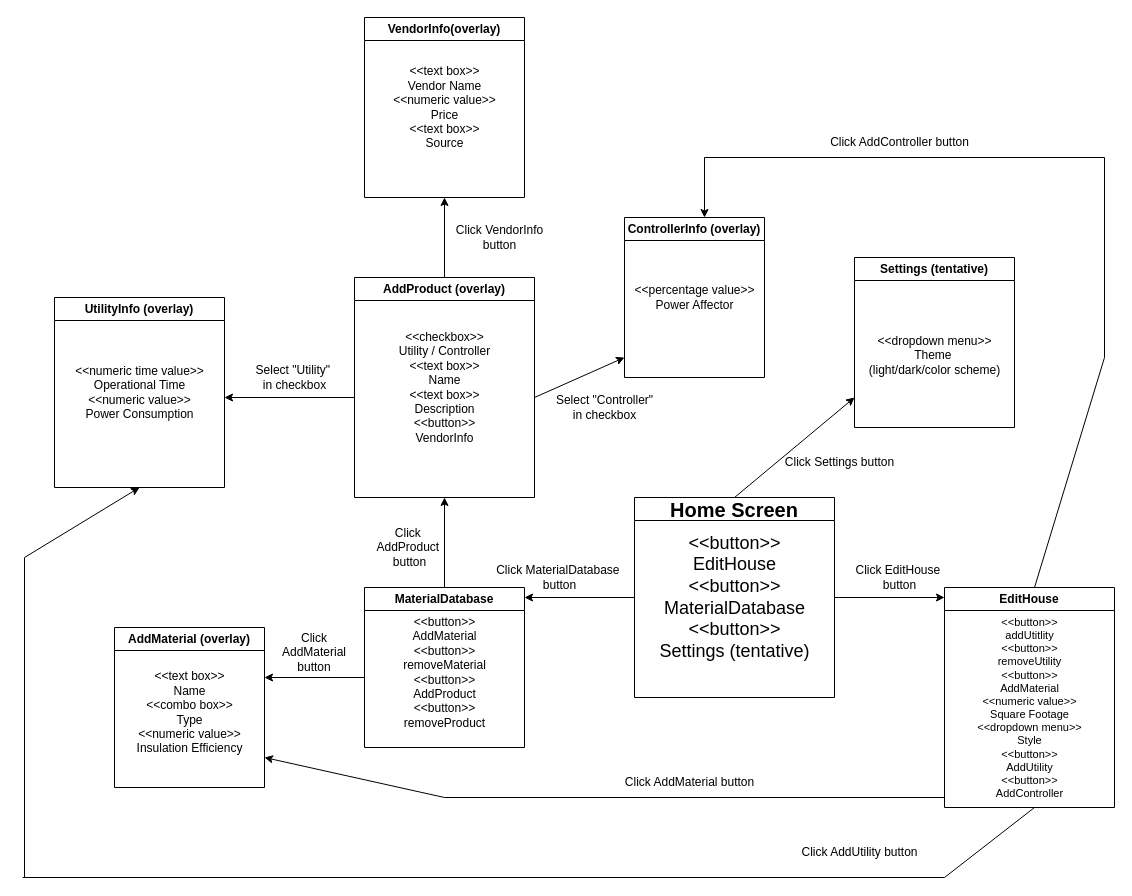
Above: Design/Navigational Diagram.drawio in connerng/SPU_CSC3220_S24_T3 (draw.io), before the change. Source tidied: cells renumbered, new cells numbered last; positions are measured from the earlier drawing's top-left corner, leaving out a move shared by most shapes. Both pictures are drawn from the tidied source at 100%, with x=0, y=0 at pixel (22, 17).
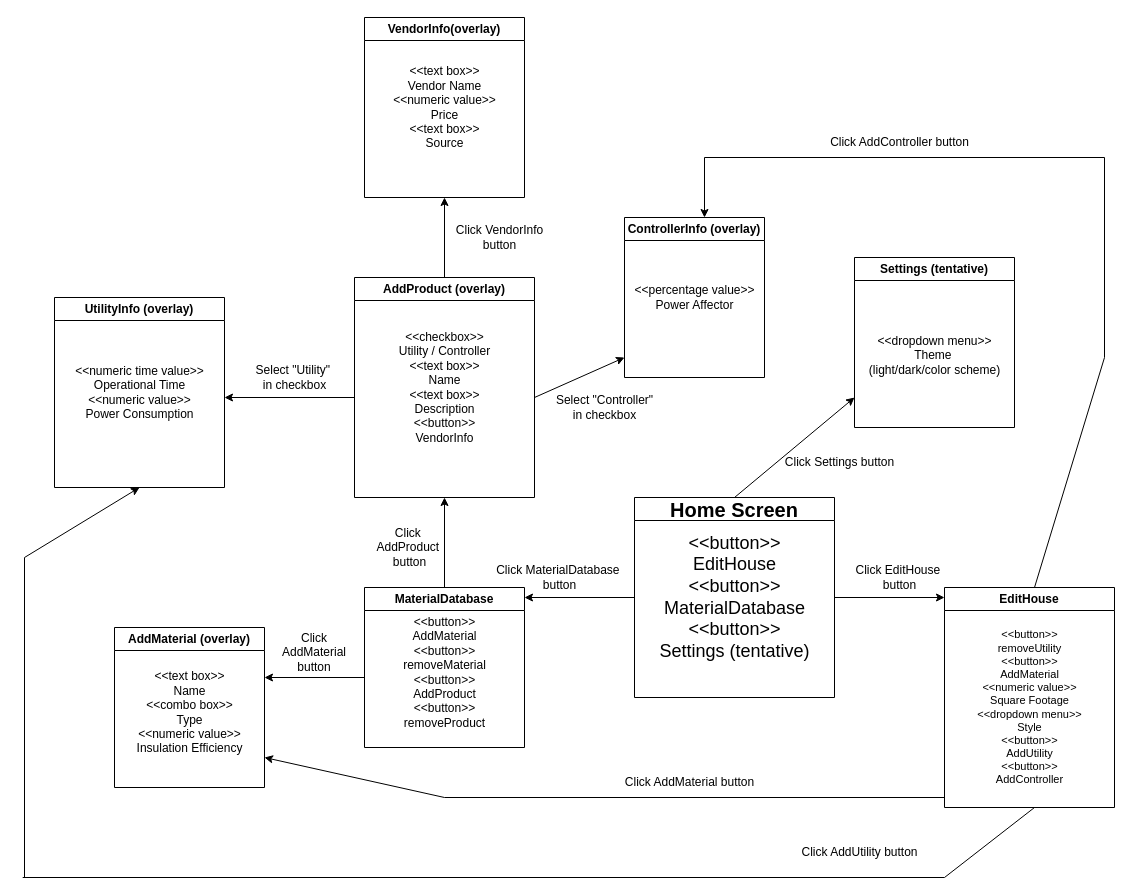
The same diagram, later.

The change refers to these unchanged cells:
```xml
<mxCell id="6" value="EditHouse" style="swimlane;whiteSpace=wrap;html=1;" parent="1" vertex="1">
  <mxGeometry x="922" y="570" width="170" height="220" as="geometry" />
</mxCell>
```

What changed in the source:
```diff
@@
-    <mxCell id="7" value="&lt;font style=&quot;font-size: 11px;&quot;&gt;&amp;lt;&amp;lt;button&amp;gt;&amp;gt;&lt;/font&gt;&lt;div style=&quot;font-size: 11px;&quot;&gt;&lt;font style=&quot;font-size: 11px;&quot;&gt;addUtitlity&lt;/font&gt;&lt;/div&gt;&lt;div style=&quot;font-size: 11px;&quot;&gt;&lt;font style=&quot;font-size: 11px;&quot;&gt;&amp;lt;&amp;lt;button&amp;gt;&amp;gt;&lt;/font&gt;&lt;/div&gt;&lt;div style=&quot;font-size: 11px;&quot;&gt;&lt;font style=&quot;font-size: 11px;&quot;&gt;removeUtility&lt;/font&gt;&lt;/div&gt;&lt;div style=&quot;font-size: 11px;&quot;&gt;&lt;font style=&quot;font-size: 11px;&quot;&gt;&amp;lt;&amp;lt;button&amp;gt;&amp;gt;&lt;br&gt;AddMaterial&lt;/font&gt;&lt;/div&gt;&lt;div style=&quot;font-size: 11px;&quot;&gt;&lt;font style=&quot;font-size: 11px;&quot;&gt;&amp;lt;&amp;lt;numeric value&amp;gt;&amp;gt;&lt;br&gt;Square Footage&lt;/font&gt;&lt;/div&gt;&lt;div style=&quot;font-size: 11px;&quot;&gt;&lt;font style=&quot;font-size: 11px;&quot;&gt;&amp;lt;&amp;lt;dropdown menu&amp;gt;&amp;gt;&lt;/font&gt;&lt;/div&gt;&lt;div style=&quot;font-size: 11px;&quot;&gt;&lt;font style=&quot;font-size: 11px;&quot;&gt;Style&lt;/font&gt;&lt;/div&gt;&lt;div style=&quot;font-size: 11px;&quot;&gt;&lt;font style=&quot;font-size: 11px;&quot;&gt;&amp;lt;&amp;lt;button&amp;gt;&amp;gt;&lt;/font&gt;&lt;/div&gt;&lt;div style=&quot;font-size: 11px;&quot;&gt;&lt;font style=&quot;font-size: 11px;&quot;&gt;AddUtility&lt;/font&gt;&lt;/div&gt;&lt;div style=&quot;font-size: 11px;&quot;&gt;&lt;font style=&quot;font-size: 11px;&quot;&gt;&amp;lt;&amp;lt;button&amp;gt;&amp;gt;&lt;br&gt;AddController&lt;/font&gt;&lt;/div&gt;" style="text;html=1;align=center;verticalAlign=middle;strokeColor=none;fillColor=none;" parent="6" vertex="1">
-      <mxGeometry x="20" y="20" width="130" height="200" as="geometry" />
+    <mxCell id="7" value="&lt;div style=&quot;font-size: 11px;&quot;&gt;&lt;font style=&quot;font-size: 11px;&quot;&gt;&amp;lt;&amp;lt;button&amp;gt;&amp;gt;&lt;/font&gt;&lt;/div&gt;&lt;div style=&quot;font-size: 11px;&quot;&gt;&lt;font style=&quot;font-size: 11px;&quot;&gt;removeUtility&lt;/font&gt;&lt;/div&gt;&lt;div style=&quot;font-size: 11px;&quot;&gt;&lt;font style=&quot;font-size: 11px;&quot;&gt;&amp;lt;&amp;lt;button&amp;gt;&amp;gt;&lt;br&gt;AddMaterial&lt;/font&gt;&lt;/div&gt;&lt;div style=&quot;font-size: 11px;&quot;&gt;&lt;font style=&quot;font-size: 11px;&quot;&gt;&amp;lt;&amp;lt;numeric value&amp;gt;&amp;gt;&lt;br&gt;Square Footage&lt;/font&gt;&lt;/div&gt;&lt;div style=&quot;font-size: 11px;&quot;&gt;&lt;font style=&quot;font-size: 11px;&quot;&gt;&amp;lt;&amp;lt;dropdown menu&amp;gt;&amp;gt;&lt;/font&gt;&lt;/div&gt;&lt;div style=&quot;font-size: 11px;&quot;&gt;&lt;font style=&quot;font-size: 11px;&quot;&gt;Style&lt;/font&gt;&lt;/div&gt;&lt;div style=&quot;font-size: 11px;&quot;&gt;&lt;font style=&quot;font-size: 11px;&quot;&gt;&amp;lt;&amp;lt;button&amp;gt;&amp;gt;&lt;/font&gt;&lt;/div&gt;&lt;div style=&quot;font-size: 11px;&quot;&gt;&lt;font style=&quot;font-size: 11px;&quot;&gt;AddUtility&lt;/font&gt;&lt;/div&gt;&lt;div style=&quot;font-size: 11px;&quot;&gt;&lt;font style=&quot;font-size: 11px;&quot;&gt;&amp;lt;&amp;lt;button&amp;gt;&amp;gt;&lt;br&gt;AddController&lt;/font&gt;&lt;/div&gt;" style="text;html=1;align=center;verticalAlign=middle;strokeColor=none;fillColor=none;" parent="6" vertex="1">
+      <mxGeometry x="20" y="35" width="130" height="170" as="geometry" />
     </mxCell>
```
